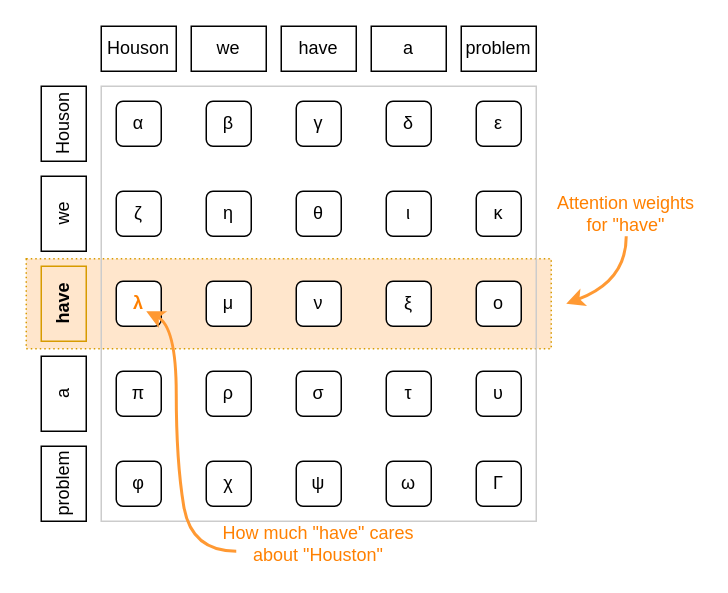
Earlier version of the draw.io diagram book/images/05/attention-weights-houston.drawio (yshavit/llm-notes). Source tidied: cells renumbered, new cells numbered last; positions are measured from the earlier drawing's top-left corner, leaving out a move shared by most shapes. Both pictures are drawn from the tidied source at 150%, with x=0, y=0 at pixel (26, 26).
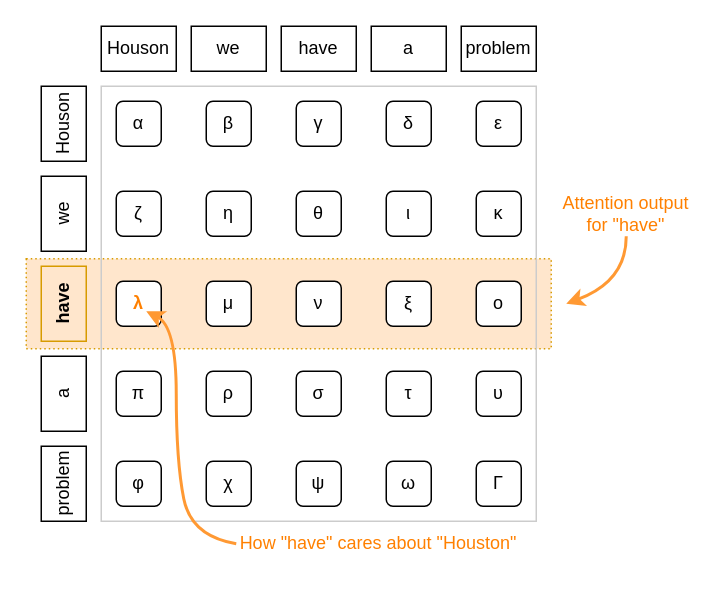
The same page after the edit.

Commit message (it also covers changes not shown here):
a bunch of progress on attention outputs

What changed in the source:
```diff
@@
-    <mxCell id="39" style="endArrow=classic;html=1;rounded=0;strokeColor=#FF9933;curved=1;strokeWidth=2;" parent="1" edge="1">
+    <mxCell id="39" style="endArrow=classic;html=1;rounded=0;strokeColor=#FF9933;curved=1;strokeWidth=2;exitX=0;exitY=0.5;exitDx=0;exitDy=0;" parent="1" edge="1" source="42">
       <mxGeometry relative="1" as="geometry">
-        <mxPoint x="140" y="350" as="sourcePoint" />
         <mxPoint x="80" y="190" as="targetPoint" />
         <Array as="points">
-          <mxPoint x="110" y="350" />
+          <mxPoint x="110" y="340" />
           <mxPoint x="100" y="290" />
           <mxPoint x="100" y="200" />
         </Array>
       </mxGeometry>
     </mxCell>
@@
-    <mxCell id="41" value="Attention weights for &quot;have&quot;" style="text;html=1;whiteSpace=wrap;strokeColor=none;fillColor=none;align=center;verticalAlign=middle;rounded=0;fontColor=#FF8000;" parent="1" vertex="1">
+    <mxCell id="41" value="Attention output for &quot;have&quot;" style="text;html=1;whiteSpace=wrap;strokeColor=none;fillColor=none;align=center;verticalAlign=middle;rounded=0;fontColor=#FF8000;" parent="1" vertex="1">
       <mxGeometry x="350" y="110" width="100" height="30" as="geometry" />
     </mxCell>
-    <mxCell id="42" value="How much &quot;have&quot; cares about &quot;Houston&quot;" style="text;html=1;whiteSpace=wrap;strokeColor=none;fillColor=none;align=center;verticalAlign=middle;rounded=0;fontColor=#FF8000;" parent="1" vertex="1">
-      <mxGeometry x="120" y="330" width="150" height="30" as="geometry" />
+    <mxCell id="42" value="How &quot;have&quot; cares about &quot;Houston&quot;" style="text;html=1;whiteSpace=wrap;strokeColor=none;fillColor=none;align=center;verticalAlign=middle;rounded=0;fontColor=#FF8000;" parent="1" vertex="1">
+      <mxGeometry x="140" y="330" width="190" height="30" as="geometry" />
     </mxCell>
```
